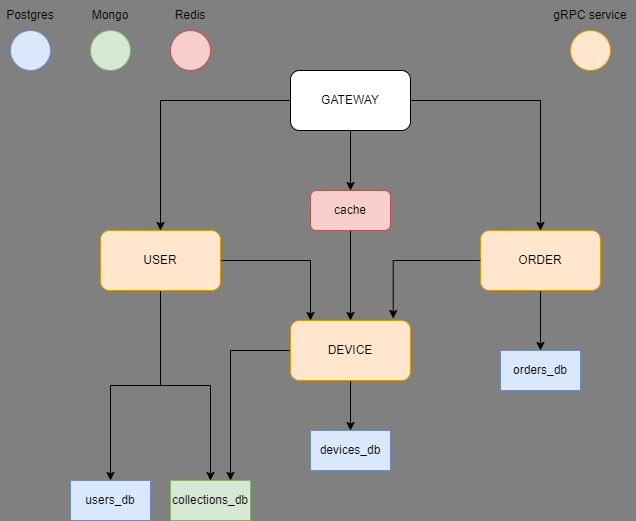
alserov/device-shop keeps this draw.io diagram as docs/schema.png. Above is the earlier version. Source tidied: cells renumbered, new cells last; positions are measured from the earlier drawing's top-left corner, leaving out a move shared by most shapes.
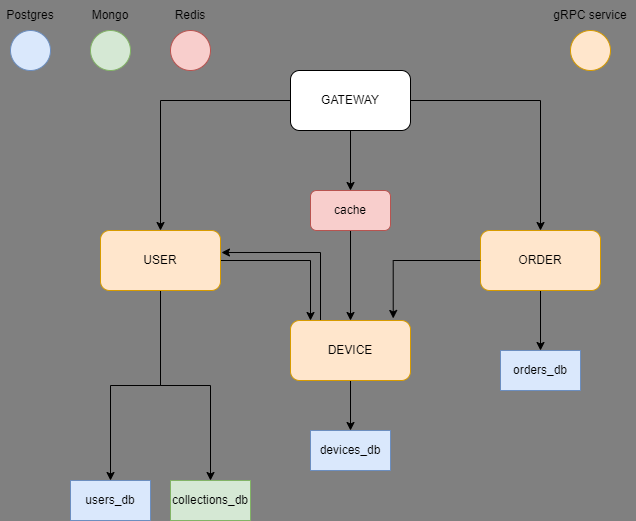
Above is the later version.

Diff of the diagram source:
```diff
@@ -30,16 +30,12 @@
     <mxCell id="9" value="USER" style="rounded=1;whiteSpace=wrap;html=1;fillColor=#ffe6cc;strokeColor=#d79b00;fontColor=#000000;" parent="1" vertex="1">
       <mxGeometry x="100" y="230" width="120" height="60" as="geometry" />
     </mxCell>
-    <mxCell id="10" style="edgeStyle=orthogonalEdgeStyle;rounded=0;jettySize=auto;html=1;exitX=0;exitY=0.5;exitDx=0;exitDy=0;entryX=0.75;entryY=0;entryDx=0;entryDy=0;fontColor=#000000;" parent="1" edge="1" source="12" target="16">
-      <mxGeometry relative="1" as="geometry">
-        <Array as="points">
-          <mxPoint x="230" y="350" />
-        </Array>
-      </mxGeometry>
-    </mxCell>
     <mxCell id="11" style="edgeStyle=orthogonalEdgeStyle;rounded=0;jettySize=auto;html=1;exitX=0.5;exitY=1;exitDx=0;exitDy=0;fontColor=#000000;" parent="1" edge="1" source="12" target="19">
       <mxGeometry relative="1" as="geometry" />
     </mxCell>
+    <mxCell id="30" style="edgeStyle=orthogonalEdgeStyle;rounded=0;jettySize=auto;html=1;exitX=0.25;exitY=0;exitDx=0;exitDy=0;entryX=1.008;entryY=0.367;entryDx=0;entryDy=0;entryPerimeter=0;" parent="1" edge="1" source="12" target="9">
+      <mxGeometry relative="1" as="geometry" />
+    </mxCell>
     <mxCell id="12" value="DEVICE" style="rounded=1;whiteSpace=wrap;html=1;fillColor=#ffe6cc;strokeColor=#d79b00;fontColor=#000000;" parent="1" vertex="1">
       <mxGeometry x="290" y="320" width="120" height="60" as="geometry" />
     </mxCell>
```
